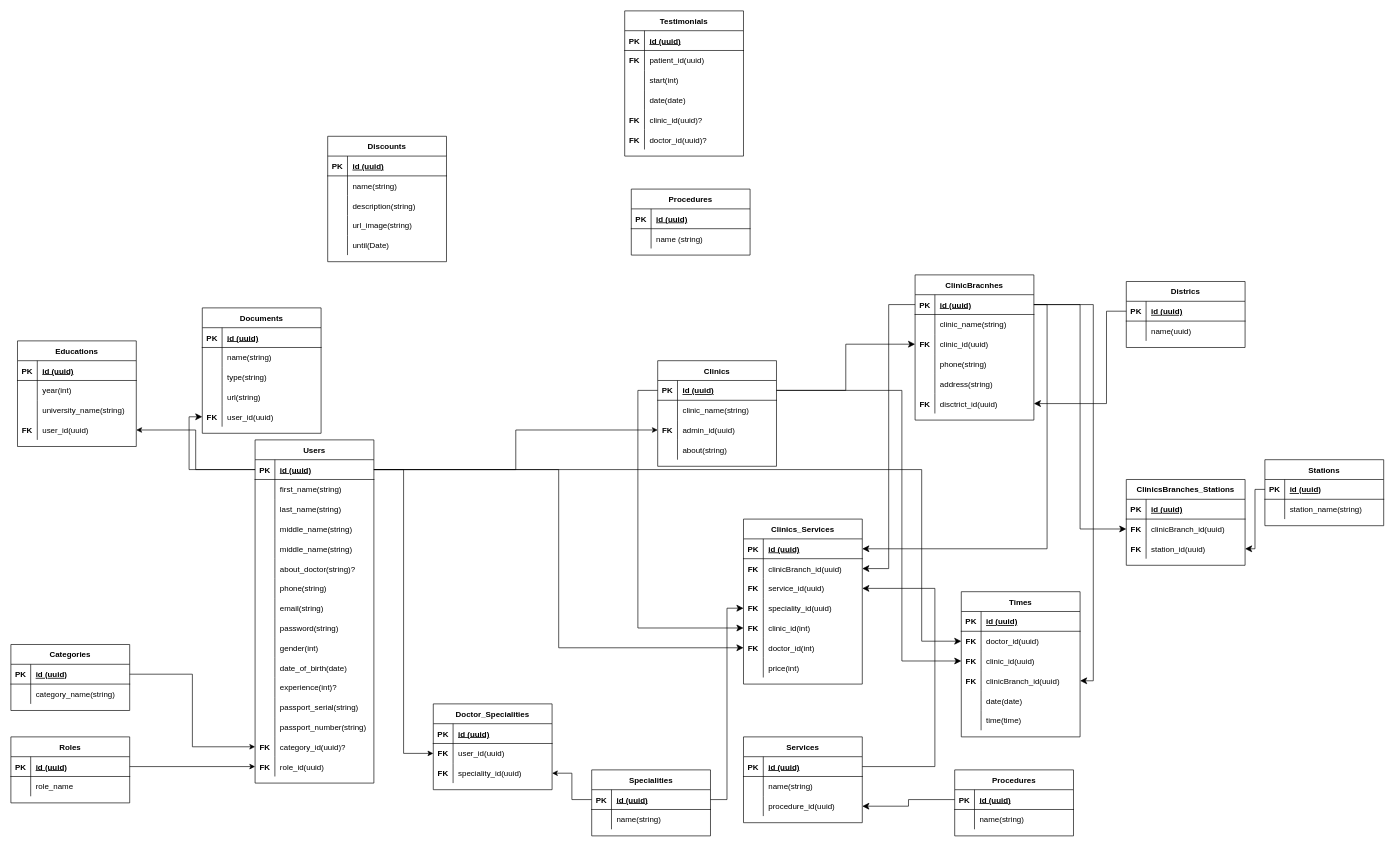
This is Untitled Diagram.drawio from fao30/sector, a draw.io file, before an edit. Source tidied: cells renumbered, new cells numbered last; positions are measured from the earlier drawing's top-left corner, leaving out a move shared by most shapes. Both pictures are drawn from the tidied source at 66%, with x=0, y=0 at pixel (11, 11).
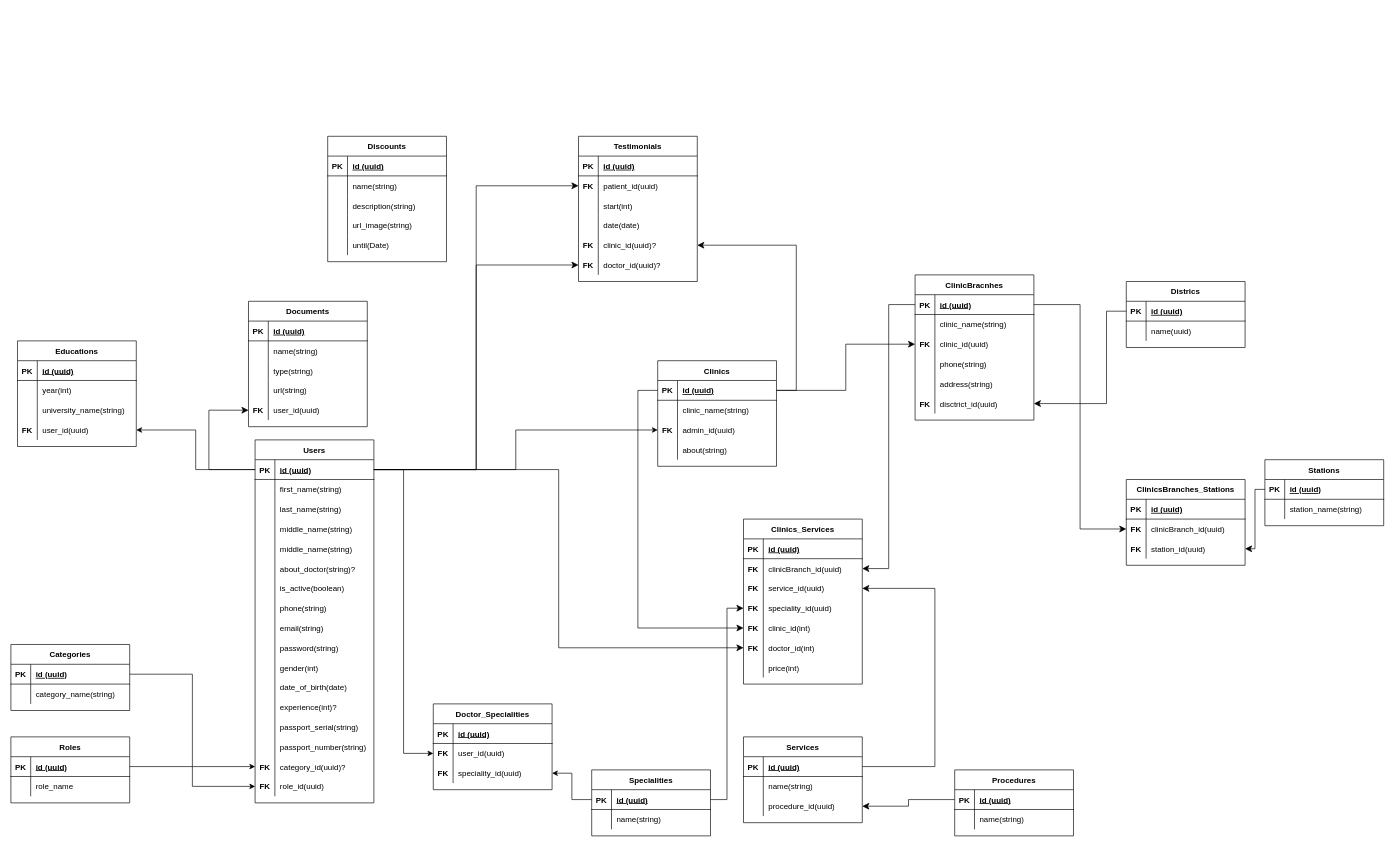
The same diagram, later.

The change refers to these unchanged cells:
```xml
<mxCell id="3" style="shape=tableRow;horizontal=0;startSize=0;swimlaneHead=0;swimlaneBody=0;fillColor=none;points=[[0,0.5],[1,0.5]];portConstraint=eastwest;top=0;left=0;right=0;bottom=1;" parent="2" vertex="1">
  <mxGeometry y="30" width="180" height="30" as="geometry" />
</mxCell>
<mxCell id="59" style="shape=tableRow;horizontal=0;startSize=0;swimlaneHead=0;swimlaneBody=0;fillColor=none;points=[[0,0.5],[1,0.5]];portConstraint=eastwest;top=0;left=0;right=0;bottom=1;" parent="58" vertex="1">
  <mxGeometry y="30" width="180" height="30" as="geometry" />
</mxCell>
<mxCell id="89" style="shape=tableRow;horizontal=0;startSize=0;swimlaneHead=0;swimlaneBody=0;fillColor=none;points=[[0,0.5],[1,0.5]];portConstraint=eastwest;top=0;left=0;right=0;bottom=1;" parent="88" vertex="1">
  <mxGeometry y="30" width="180" height="30" as="geometry" />
</mxCell>
<mxCell id="126" style="shape=tableRow;horizontal=0;startSize=0;swimlaneHead=0;swimlaneBody=0;fillColor=none;points=[[0,0.5],[1,0.5]];portConstraint=eastwest;top=0;left=0;right=0;bottom=0;" parent="122" vertex="1">
  <mxGeometry y="60" width="180" height="30" as="geometry" />
</mxCell>
<mxCell id="135" style="shape=tableRow;horizontal=0;startSize=0;swimlaneHead=0;swimlaneBody=0;fillColor=none;points=[[0,0.5],[1,0.5]];portConstraint=eastwest;top=0;left=0;right=0;bottom=0;" parent="122" vertex="1">
  <mxGeometry y="150" width="180" height="30" as="geometry" />
</mxCell>
<mxCell id="138" style="shape=tableRow;horizontal=0;startSize=0;swimlaneHead=0;swimlaneBody=0;fillColor=none;points=[[0,0.5],[1,0.5]];portConstraint=eastwest;top=0;left=0;right=0;bottom=0;" parent="122" vertex="1">
  <mxGeometry y="180" width="180" height="30" as="geometry" />
</mxCell>
<mxCell id="201" style="shape=tableRow;horizontal=0;startSize=0;swimlaneHead=0;swimlaneBody=0;fillColor=none;points=[[0,0.5],[1,0.5]];portConstraint=eastwest;top=0;left=0;right=0;bottom=1;" parent="200" vertex="1">
  <mxGeometry y="30" width="180" height="30" as="geometry" />
</mxCell>
<mxCell id="252" style="shape=tableRow;horizontal=0;startSize=0;swimlaneHead=0;swimlaneBody=0;fillColor=none;points=[[0,0.5],[1,0.5]];portConstraint=eastwest;top=0;left=0;right=0;bottom=0;" parent="239" vertex="1">
  <mxGeometry y="150" width="180" height="30" as="geometry" />
</mxCell>
```

What changed in the source:
```diff
@@
     <mxCell id="2" value="Users" style="shape=table;startSize=30;childLayout=tableLayout;rowLines=0;fontStyle=1;align=center;" parent="1" vertex="1">
-      <mxGeometry x="370" y="650" width="180" height="520" as="geometry" />
+      <mxGeometry x="370" y="650" width="180" height="550" as="geometry" />
     </mxCell>
@@
+    <mxCell id="288" style="shape=tableRow;horizontal=0;startSize=0;swimlaneHead=0;swimlaneBody=0;fillColor=none;top=0;left=0;right=0;bottom=0;" parent="2" vertex="1">
+      <mxGeometry y="210" width="180" height="30" as="geometry" />
+    </mxCell>
+    <mxCell id="289" style="shape=partialRectangle;fillColor=none;top=0;left=0;bottom=0;right=0;overflow=hidden;" parent="288" vertex="1">
+      <mxGeometry width="30" height="30" as="geometry" />
+    </mxCell>
+    <mxCell id="290" value="is_active(boolean)" style="shape=partialRectangle;fillColor=none;top=0;left=0;bottom=0;right=0;align=left;spacingLeft=6;overflow=hidden;" parent="288" vertex="1">
+      <mxGeometry x="30" width="150" height="30" as="geometry" />
+    </mxCell>
     <mxCell id="21" style="shape=tableRow;horizontal=0;startSize=0;swimlaneHead=0;swimlaneBody=0;fillColor=none;top=0;left=0;right=0;bottom=0;" parent="2" vertex="1">
-      <mxGeometry y="210" width="180" height="30" as="geometry" />
+      <mxGeometry y="240" width="180" height="30" as="geometry" />
     </mxCell>
@@
     <mxCell id="24" style="shape=tableRow;horizontal=0;startSize=0;swimlaneHead=0;swimlaneBody=0;fillColor=none;top=0;left=0;right=0;bottom=0;" parent="2" vertex="1">
-      <mxGeometry y="240" width="180" height="30" as="geometry" />
+      <mxGeometry y="270" width="180" height="30" as="geometry" />
     </mxCell>
@@
     <mxCell id="27" style="shape=tableRow;horizontal=0;startSize=0;swimlaneHead=0;swimlaneBody=0;fillColor=none;top=0;left=0;right=0;bottom=0;" parent="2" vertex="1">
-      <mxGeometry y="270" width="180" height="30" as="geometry" />
+      <mxGeometry y="300" width="180" height="30" as="geometry" />
     </mxCell>
@@
     <mxCell id="30" style="shape=tableRow;horizontal=0;startSize=0;swimlaneHead=0;swimlaneBody=0;fillColor=none;top=0;left=0;right=0;bottom=0;" parent="2" vertex="1">
-      <mxGeometry y="300" width="180" height="30" as="geometry" />
+      <mxGeometry y="330" width="180" height="30" as="geometry" />
     </mxCell>
@@
     <mxCell id="33" style="shape=tableRow;horizontal=0;startSize=0;swimlaneHead=0;swimlaneBody=0;fillColor=none;top=0;left=0;right=0;bottom=0;" parent="2" vertex="1">
-      <mxGeometry y="330" width="180" height="30" as="geometry" />
+      <mxGeometry y="360" width="180" height="30" as="geometry" />
     </mxCell>
@@
     <mxCell id="36" style="shape=tableRow;horizontal=0;startSize=0;swimlaneHead=0;swimlaneBody=0;fillColor=none;top=0;left=0;right=0;bottom=0;" parent="2" vertex="1">
-      <mxGeometry y="360" width="180" height="30" as="geometry" />
+      <mxGeometry y="390" width="180" height="30" as="geometry" />
     </mxCell>
@@
     <mxCell id="39" style="shape=tableRow;horizontal=0;startSize=0;swimlaneHead=0;swimlaneBody=0;fillColor=none;top=0;left=0;right=0;bottom=0;" parent="2" vertex="1">
-      <mxGeometry y="390" width="180" height="30" as="geometry" />
+      <mxGeometry y="420" width="180" height="30" as="geometry" />
     </mxCell>
@@
     <mxCell id="42" style="shape=tableRow;horizontal=0;startSize=0;swimlaneHead=0;swimlaneBody=0;fillColor=none;top=0;left=0;right=0;bottom=0;" parent="2" vertex="1">
-      <mxGeometry y="420" width="180" height="30" as="geometry" />
+      <mxGeometry y="450" width="180" height="30" as="geometry" />
     </mxCell>
@@
     <mxCell id="45" style="shape=tableRow;horizontal=0;startSize=0;swimlaneHead=0;swimlaneBody=0;fillColor=none;points=[[0,0.5],[1,0.5]];portConstraint=eastwest;top=0;left=0;right=0;bottom=0;" parent="2" vertex="1">
-      <mxGeometry y="450" width="180" height="30" as="geometry" />
+      <mxGeometry y="480" width="180" height="30" as="geometry" />
     </mxCell>
@@
     <mxCell id="48" style="shape=tableRow;horizontal=0;startSize=0;swimlaneHead=0;swimlaneBody=0;fillColor=none;points=[[0,0.5],[1,0.5]];portConstraint=eastwest;top=0;left=0;right=0;bottom=0;" parent="2" vertex="1">
-      <mxGeometry y="480" width="180" height="30" as="geometry" />
+      <mxGeometry y="510" width="180" height="30" as="geometry" />
     </mxCell>
@@
     <mxCell id="122" value="Testimonials" style="shape=table;startSize=30;childLayout=tableLayout;rowLines=0;fontStyle=1;align=center;" parent="1" vertex="1">
-      <mxGeometry x="930" width="180" height="220" as="geometry" />
+      <mxGeometry x="860" y="190" width="180" height="220" as="geometry" />
     </mxCell>
@@
-    <mxCell id="164" value="Procedures" style="shape=table;startSize=30;childLayout=tableLayout;rowLines=0;fontStyle=1;align=center;" parent="1" vertex="1">
-      <mxGeometry x="940" y="270" width="180" height="100" as="geometry" />
-    </mxCell>
-    <mxCell id="165" style="shape=tableRow;horizontal=0;startSize=0;swimlaneHead=0;swimlaneBody=0;fillColor=none;top=0;left=0;right=0;bottom=1;" parent="164" vertex="1">
-      <mxGeometry y="30" width="180" height="30" as="geometry" />
-    </mxCell>
-    <mxCell id="166" value="PK" style="shape=partialRectangle;fillColor=none;top=0;left=0;bottom=0;right=0;fontStyle=1;overflow=hidden;" parent="165" vertex="1">
-      <mxGeometry width="30" height="30" as="geometry" />
-    </mxCell>
-    <mxCell id="167" value="id (uuid)" style="shape=partialRectangle;fillColor=none;top=0;left=0;bottom=0;right=0;align=left;spacingLeft=6;fontStyle=5;overflow=hidden;" parent="165" vertex="1">
-      <mxGeometry x="30" width="150" height="30" as="geometry" />
-    </mxCell>
-    <mxCell id="168" style="shape=tableRow;horizontal=0;startSize=0;swimlaneHead=0;swimlaneBody=0;fillColor=none;top=0;left=0;right=0;bottom=0;" parent="164" vertex="1">
-      <mxGeometry y="60" width="180" height="30" as="geometry" />
-    </mxCell>
-    <mxCell id="169" style="shape=partialRectangle;fillColor=none;top=0;left=0;bottom=0;right=0;overflow=hidden;fontStyle=1;" parent="168" vertex="1">
-      <mxGeometry width="30" height="30" as="geometry" />
-    </mxCell>
-    <mxCell id="170" value="name (string)" style="shape=partialRectangle;fillColor=none;top=0;left=0;bottom=0;right=0;align=left;spacingLeft=6;overflow=hidden;" parent="168" vertex="1">
-      <mxGeometry x="30" width="150" height="30" as="geometry" />
-    </mxCell>
@@
-    <mxCell id="231" style="edgeStyle=elbowEdgeStyle;elbow=vertical;endArrow=classic;html=1;curved=0;rounded=0;endSize=8;startSize=8;fontSize=12;exitX=1;exitY=0.5;exitDx=0;exitDy=0;entryX=1;entryY=0.5;entryDx=0;entryDy=0;" parent="1" edge="1" source="89" target="201">
-      <mxGeometry relative="1" as="geometry">
-        <Array as="points">
-          <mxPoint x="1570" y="610" />
-          <mxPoint x="1650" y="650" />
-          <mxPoint x="1500" y="670" />
-        </Array>
-      </mxGeometry>
-    </mxCell>
@@
     <mxCell id="239" value="Documents" style="shape=table;startSize=30;childLayout=tableLayout;rowLines=0;fontStyle=1;align=center;" parent="1" vertex="1">
-      <mxGeometry x="290" y="450" width="180" height="190" as="geometry" />
+      <mxGeometry x="360" y="440" width="180" height="190" as="geometry" />
     </mxCell>
@@
     <mxCell id="255" style="edgeStyle=elbowEdgeStyle;rounded=0;jettySize=auto;html=1;exitX=0;exitY=0.5;exitDx=0;exitDy=0;entryX=0;entryY=0.5;entryDx=0;entryDy=0;fontSize=12;startSize=8;endSize=8;" parent="1" edge="1" source="3" target="252">
       <mxGeometry relative="1" as="geometry">
         <Array as="points">
-          <mxPoint x="270" y="640" />
+          <mxPoint x="300" y="650" />
         </Array>
       </mxGeometry>
     </mxCell>
@@
-    <mxCell id="258" value="Times" style="shape=table;startSize=30;childLayout=tableLayout;rowLines=0;fontStyle=1;align=center;" parent="1" vertex="1">
-      <mxGeometry x="1440" y="880" width="180" height="220" as="geometry" />
-    </mxCell>
-    <mxCell id="259" style="shape=tableRow;horizontal=0;startSize=0;swimlaneHead=0;swimlaneBody=0;fillColor=none;top=0;left=0;right=0;bottom=1;" parent="258" vertex="1">
-      <mxGeometry y="30" width="180" height="30" as="geometry" />
-    </mxCell>
-    <mxCell id="260" value="PK" style="shape=partialRectangle;fillColor=none;top=0;left=0;bottom=0;right=0;fontStyle=1;overflow=hidden;" parent="259" vertex="1">
-      <mxGeometry width="30" height="30" as="geometry" />
-    </mxCell>
-    <mxCell id="261" value="id (uuid)" style="shape=partialRectangle;fillColor=none;top=0;left=0;bottom=0;right=0;align=left;spacingLeft=6;fontStyle=5;overflow=hidden;" parent="259" vertex="1">
-      <mxGeometry x="30" width="150" height="30" as="geometry" />
-    </mxCell>
-    <mxCell id="262" style="shape=tableRow;horizontal=0;startSize=0;swimlaneHead=0;swimlaneBody=0;fillColor=none;points=[[0,0.5],[1,0.5]];portConstraint=eastwest;top=0;left=0;right=0;bottom=0;" parent="258" vertex="1">
-      <mxGeometry y="60" width="180" height="30" as="geometry" />
-    </mxCell>
-    <mxCell id="263" value="FK" style="shape=partialRectangle;fillColor=none;top=0;left=0;bottom=0;right=0;overflow=hidden;fontStyle=1;" parent="262" vertex="1">
-      <mxGeometry width="30" height="30" as="geometry" />
-    </mxCell>
-    <mxCell id="264" value="doctor_id(uuid)" style="shape=partialRectangle;fillColor=none;top=0;left=0;bottom=0;right=0;align=left;spacingLeft=6;overflow=hidden;" parent="262" vertex="1">
-      <mxGeometry x="30" width="150" height="30" as="geometry" />
-    </mxCell>
-    <mxCell id="265" style="shape=tableRow;horizontal=0;startSize=0;swimlaneHead=0;swimlaneBody=0;fillColor=none;points=[[0,0.5],[1,0.5]];portConstraint=eastwest;top=0;left=0;right=0;bottom=0;" parent="258" vertex="1">
-      <mxGeometry y="90" width="180" height="30" as="geometry" />
-    </mxCell>
-    <mxCell id="266" value="FK" style="shape=partialRectangle;fillColor=none;top=0;left=0;bottom=0;right=0;overflow=hidden;fontStyle=1;" parent="265" vertex="1">
-      <mxGeometry width="30" height="30" as="geometry" />
-    </mxCell>
-    <mxCell id="267" value="clinic_id(uuid)" style="shape=partialRectangle;fillColor=none;top=0;left=0;bottom=0;right=0;align=left;spacingLeft=6;overflow=hidden;" parent="265" vertex="1">
-      <mxGeometry x="30" width="150" height="30" as="geometry" />
-    </mxCell>
-    <mxCell id="268" style="shape=tableRow;horizontal=0;startSize=0;swimlaneHead=0;swimlaneBody=0;fillColor=none;points=[[0,0.5],[1,0.5]];portConstraint=eastwest;top=0;left=0;right=0;bottom=0;" parent="258" vertex="1">
-      <mxGeometry y="120" width="180" height="30" as="geometry" />
-    </mxCell>
-    <mxCell id="269" value="FK" style="shape=partialRectangle;fillColor=none;top=0;left=0;bottom=0;right=0;overflow=hidden;fontStyle=1;" parent="268" vertex="1">
-      <mxGeometry width="30" height="30" as="geometry" />
-    </mxCell>
-    <mxCell id="270" value="clinicBranch_id(uuid)" style="shape=partialRectangle;fillColor=none;top=0;left=0;bottom=0;right=0;align=left;spacingLeft=6;overflow=hidden;" parent="268" vertex="1">
-      <mxGeometry x="30" width="150" height="30" as="geometry" />
-    </mxCell>
-    <mxCell id="271" style="shape=tableRow;horizontal=0;startSize=0;swimlaneHead=0;swimlaneBody=0;fillColor=none;top=0;left=0;right=0;bottom=0;" parent="258" vertex="1">
-      <mxGeometry y="150" width="180" height="30" as="geometry" />
-    </mxCell>
-    <mxCell id="272" style="shape=partialRectangle;fillColor=none;top=0;left=0;bottom=0;right=0;overflow=hidden;fontStyle=1;" parent="271" vertex="1">
-      <mxGeometry width="30" height="30" as="geometry" />
-    </mxCell>
-    <mxCell id="273" value="date(date)" style="shape=partialRectangle;fillColor=none;top=0;left=0;bottom=0;right=0;align=left;spacingLeft=6;overflow=hidden;" parent="271" vertex="1">
-      <mxGeometry x="30" width="150" height="30" as="geometry" />
-    </mxCell>
-    <mxCell id="274" style="shape=tableRow;horizontal=0;startSize=0;swimlaneHead=0;swimlaneBody=0;fillColor=none;top=0;left=0;right=0;bottom=0;" parent="258" vertex="1">
-      <mxGeometry y="180" width="180" height="30" as="geometry" />
-    </mxCell>
-    <mxCell id="275" style="shape=partialRectangle;fillColor=none;top=0;left=0;bottom=0;right=0;overflow=hidden;fontStyle=1;" parent="274" vertex="1">
-      <mxGeometry width="30" height="30" as="geometry" />
-    </mxCell>
-    <mxCell id="276" value="time(time)" style="shape=partialRectangle;fillColor=none;top=0;left=0;bottom=0;right=0;align=left;spacingLeft=6;overflow=hidden;" parent="274" vertex="1">
-      <mxGeometry x="30" width="150" height="30" as="geometry" />
-    </mxCell>
-    <mxCell id="277" style="edgeStyle=elbowEdgeStyle;rounded=0;jettySize=auto;html=1;exitX=1;exitY=0.5;exitDx=0;exitDy=0;entryX=0;entryY=0.5;entryDx=0;entryDy=0;fontSize=12;startSize=8;endSize=8;" parent="1" edge="1" source="59" target="265">
-      <mxGeometry relative="1" as="geometry">
-        <Array as="points">
-          <mxPoint x="1350" y="780" />
-        </Array>
-      </mxGeometry>
-    </mxCell>
-    <mxCell id="278" style="edgeStyle=elbowEdgeStyle;rounded=0;jettySize=auto;html=1;exitX=1;exitY=0.5;exitDx=0;exitDy=0;entryX=0;entryY=0.5;entryDx=0;entryDy=0;fontSize=12;startSize=8;endSize=8;" parent="1" edge="1" source="3" target="262">
-      <mxGeometry relative="1" as="geometry">
-        <Array as="points">
-          <mxPoint x="1380" y="820" />
-        </Array>
-      </mxGeometry>
-    </mxCell>
-    <mxCell id="279" style="edgeStyle=elbowEdgeStyle;rounded=0;jettySize=auto;html=1;exitX=1;exitY=0.5;exitDx=0;exitDy=0;entryX=1;entryY=0.5;entryDx=0;entryDy=0;fontSize=12;startSize=8;endSize=8;" parent="1" edge="1" source="89" target="268">
-      <mxGeometry relative="1" as="geometry">
-        <Array as="points">
-          <mxPoint x="1640" y="740" />
-        </Array>
-      </mxGeometry>
-    </mxCell>
@@
+    <mxCell id="291" style="edgeStyle=elbowEdgeStyle;rounded=0;jettySize=auto;html=1;exitX=1;exitY=0.5;exitDx=0;exitDy=0;entryX=0;entryY=0.5;entryDx=0;entryDy=0;fontSize=12;startSize=8;endSize=8;" parent="1" edge="1" source="3" target="126">
+      <mxGeometry relative="1" as="geometry" />
+    </mxCell>
+    <mxCell id="292" style="edgeStyle=elbowEdgeStyle;rounded=0;jettySize=auto;html=1;exitX=1;exitY=0.5;exitDx=0;exitDy=0;entryX=1;entryY=0.5;entryDx=0;entryDy=0;fontSize=12;startSize=8;endSize=8;" parent="1" edge="1" source="59" target="135">
+      <mxGeometry relative="1" as="geometry">
+        <Array as="points">
+          <mxPoint x="1190" y="460" />
+        </Array>
+      </mxGeometry>
+    </mxCell>
+    <mxCell id="293" style="edgeStyle=elbowEdgeStyle;rounded=0;jettySize=auto;html=1;exitX=1;exitY=0.5;exitDx=0;exitDy=0;entryX=0;entryY=0.5;entryDx=0;entryDy=0;fontSize=12;startSize=8;endSize=8;" parent="1" edge="1" source="3" target="138">
+      <mxGeometry relative="1" as="geometry" />
+    </mxCell>
```
